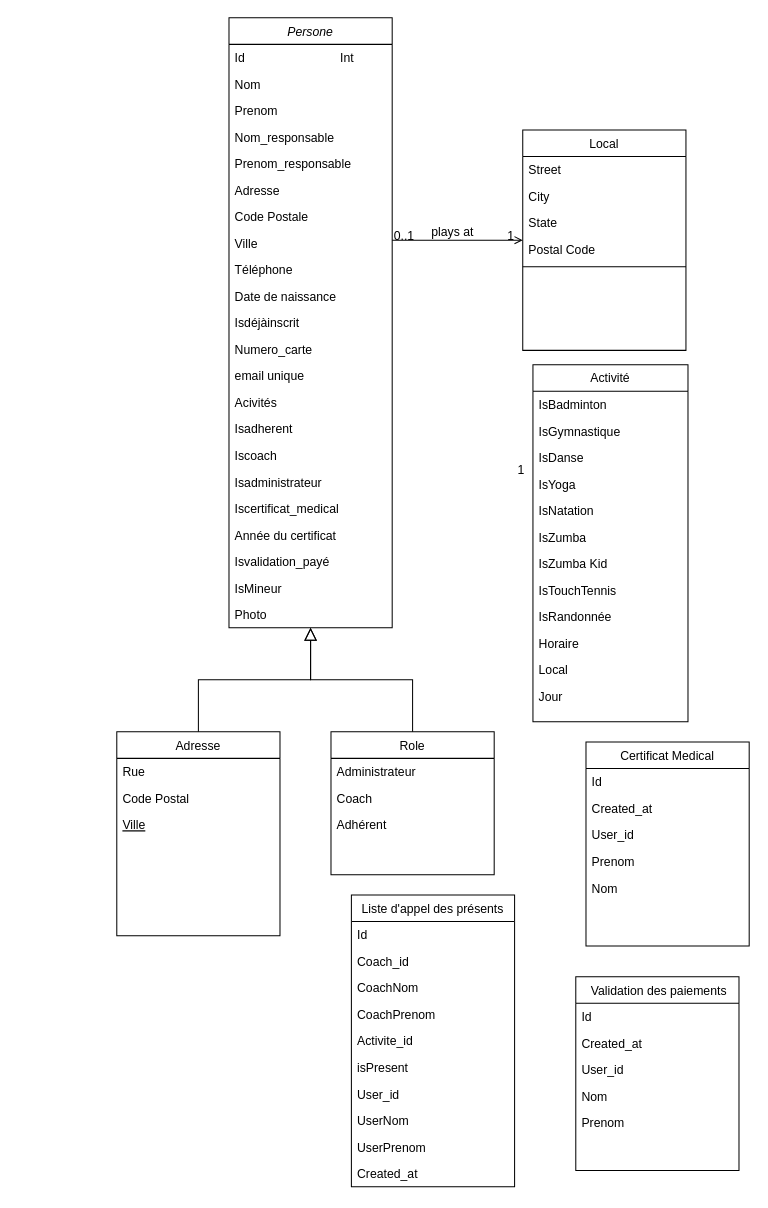
cyrisa02/diagrammes-UML keeps this draw.io diagram as asdec/Diagramme de classe bon.drawio. Above is the earlier version. Source tidied: cells renumbered, new cells numbered last; positions are measured from the earlier drawing's top-left corner, leaving out a move shared by most shapes. Both pictures are drawn from the tidied source at 102%, with x=0, y=0 at pixel (116, 17).
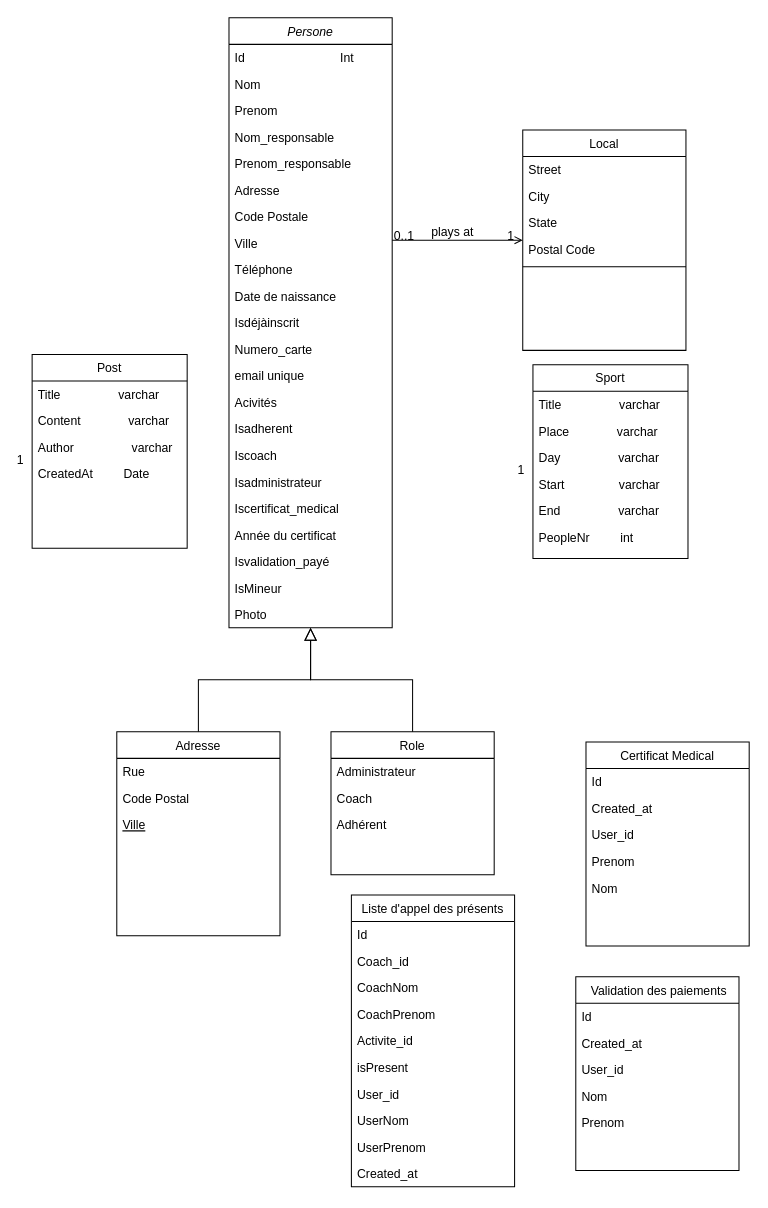
Above is the later version.

Commit message:
Mettre à jour Diagramme de classe bon.drawio

The edit, as a diff of the source:
```diff
@@
-    <mxCell id="45" value="Activité" style="swimlane;fontStyle=0;align=center;verticalAlign=top;horizontal=1;startSize=26;rounded=0;shadow=0;strokeWidth=1;" parent="1" vertex="1">
-      <mxGeometry x="408" y="340" width="152" height="350" as="geometry" />
+    <mxCell id="45" value="Sport" style="swimlane;fontStyle=0;align=center;verticalAlign=top;horizontal=1;startSize=26;rounded=0;shadow=0;strokeWidth=1;" parent="1" vertex="1">
+      <mxGeometry x="408" y="340" width="152" height="190" as="geometry" />
     </mxCell>
-    <mxCell id="46" value="IsBadminton" style="text;align=left;verticalAlign=top;spacingLeft=4;spacingRight=4;overflow=hidden;" parent="45" vertex="1">
-      <mxGeometry y="26" width="152" height="26" as="geometry" />
-    </mxCell>
-    <mxCell id="47" value="IsGymnastique" style="text;align=left;verticalAlign=top;spacingLeft=4;spacingRight=4;overflow=hidden;rounded=0;shadow=0;html=0;" parent="45" vertex="1">
-      <mxGeometry y="52" width="152" height="26" as="geometry" />
-    </mxCell>
-    <mxCell id="48" value="IsDanse" style="text;align=left;verticalAlign=top;spacingLeft=4;spacingRight=4;overflow=hidden;rounded=0;shadow=0;html=0;" parent="45" vertex="1">
-      <mxGeometry y="78" width="152" height="26" as="geometry" />
-    </mxCell>
-    <mxCell id="49" value="IsYoga" style="text;align=left;verticalAlign=top;spacingLeft=4;spacingRight=4;overflow=hidden;rounded=0;shadow=0;html=0;" parent="45" vertex="1">
-      <mxGeometry y="104" width="152" height="26" as="geometry" />
-    </mxCell>
-    <mxCell id="50" value="IsNatation" style="text;align=left;verticalAlign=top;spacingLeft=4;spacingRight=4;overflow=hidden;rounded=0;shadow=0;html=0;" parent="45" vertex="1">
-      <mxGeometry y="130" width="152" height="26" as="geometry" />
-    </mxCell>
-    <mxCell id="51" value="IsZumba" style="text;align=left;verticalAlign=top;spacingLeft=4;spacingRight=4;overflow=hidden;rounded=0;shadow=0;html=0;" parent="45" vertex="1">
-      <mxGeometry y="156" width="152" height="26" as="geometry" />
-    </mxCell>
-    <mxCell id="52" value="IsZumba Kid" style="text;align=left;verticalAlign=top;spacingLeft=4;spacingRight=4;overflow=hidden;rounded=0;shadow=0;html=0;" parent="45" vertex="1">
-      <mxGeometry y="182" width="152" height="26" as="geometry" />
+    <mxCell id="52" value="Title                 varchar" style="text;align=left;verticalAlign=top;spacingLeft=4;spacingRight=4;overflow=hidden;rounded=0;shadow=0;html=0;" parent="45" vertex="1">
+      <mxGeometry y="26" width="152" height="26" as="geometry" />
     </mxCell>
-    <mxCell id="53" value="IsTouchTennis" style="text;align=left;verticalAlign=top;spacingLeft=4;spacingRight=4;overflow=hidden;rounded=0;shadow=0;html=0;" parent="45" vertex="1">
-      <mxGeometry y="208" width="152" height="26" as="geometry" />
+    <mxCell id="53" value="Place              varchar" style="text;align=left;verticalAlign=top;spacingLeft=4;spacingRight=4;overflow=hidden;rounded=0;shadow=0;html=0;" parent="45" vertex="1">
+      <mxGeometry y="52" width="152" height="26" as="geometry" />
     </mxCell>
-    <mxCell id="54" value="IsRandonnée" style="text;align=left;verticalAlign=top;spacingLeft=4;spacingRight=4;overflow=hidden;rounded=0;shadow=0;html=0;" parent="45" vertex="1">
-      <mxGeometry y="234" width="152" height="26" as="geometry" />
+    <mxCell id="54" value="Day                 varchar" style="text;align=left;verticalAlign=top;spacingLeft=4;spacingRight=4;overflow=hidden;rounded=0;shadow=0;html=0;" parent="45" vertex="1">
+      <mxGeometry y="78" width="152" height="26" as="geometry" />
     </mxCell>
-    <mxCell id="55" value="Horaire" style="text;align=left;verticalAlign=top;spacingLeft=4;spacingRight=4;overflow=hidden;rounded=0;shadow=0;html=0;" parent="45" vertex="1">
-      <mxGeometry y="260" width="152" height="26" as="geometry" />
+    <mxCell id="55" value="Start                varchar" style="text;align=left;verticalAlign=top;spacingLeft=4;spacingRight=4;overflow=hidden;rounded=0;shadow=0;html=0;" parent="45" vertex="1">
+      <mxGeometry y="104" width="152" height="26" as="geometry" />
     </mxCell>
-    <mxCell id="56" value="Local" style="text;align=left;verticalAlign=top;spacingLeft=4;spacingRight=4;overflow=hidden;rounded=0;shadow=0;html=0;" parent="45" vertex="1">
-      <mxGeometry y="286" width="152" height="26" as="geometry" />
+    <mxCell id="56" value="End                 varchar" style="text;align=left;verticalAlign=top;spacingLeft=4;spacingRight=4;overflow=hidden;rounded=0;shadow=0;html=0;" parent="45" vertex="1">
+      <mxGeometry y="130" width="152" height="26" as="geometry" />
     </mxCell>
-    <mxCell id="57" value="Jour" style="text;align=left;verticalAlign=top;spacingLeft=4;spacingRight=4;overflow=hidden;rounded=0;shadow=0;html=0;" parent="45" vertex="1">
-      <mxGeometry y="312" width="152" height="26" as="geometry" />
+    <mxCell id="57" value="PeopleNr         int" style="text;align=left;verticalAlign=top;spacingLeft=4;spacingRight=4;overflow=hidden;rounded=0;shadow=0;html=0;" parent="45" vertex="1">
+      <mxGeometry y="156" width="152" height="26" as="geometry" />
     </mxCell>
@@
+    <mxCell id="82" value="Post" style="swimlane;fontStyle=0;align=center;verticalAlign=top;horizontal=1;startSize=26;rounded=0;shadow=0;strokeWidth=1;" parent="1" vertex="1">
+      <mxGeometry x="-83" y="330" width="152" height="190" as="geometry" />
+    </mxCell>
+    <mxCell id="83" value="Title                 varchar" style="text;align=left;verticalAlign=top;spacingLeft=4;spacingRight=4;overflow=hidden;rounded=0;shadow=0;html=0;" parent="82" vertex="1">
+      <mxGeometry y="26" width="152" height="26" as="geometry" />
+    </mxCell>
+    <mxCell id="84" value="Content              varchar" style="text;align=left;verticalAlign=top;spacingLeft=4;spacingRight=4;overflow=hidden;rounded=0;shadow=0;html=0;" parent="82" vertex="1">
+      <mxGeometry y="52" width="152" height="26" as="geometry" />
+    </mxCell>
+    <mxCell id="85" value="Author                 varchar" style="text;align=left;verticalAlign=top;spacingLeft=4;spacingRight=4;overflow=hidden;rounded=0;shadow=0;html=0;" parent="82" vertex="1">
+      <mxGeometry y="78" width="152" height="26" as="geometry" />
+    </mxCell>
+    <mxCell id="86" value="CreatedAt         Date" style="text;align=left;verticalAlign=top;spacingLeft=4;spacingRight=4;overflow=hidden;rounded=0;shadow=0;html=0;" parent="82" vertex="1">
+      <mxGeometry y="104" width="152" height="26" as="geometry" />
+    </mxCell>
+    <mxCell id="87" value="1" style="align=right;verticalAlign=bottom;labelBackgroundColor=none;fontSize=12;" parent="1" vertex="1">
+      <mxGeometry x="-90" y="442" as="geometry" />
+    </mxCell>
```
